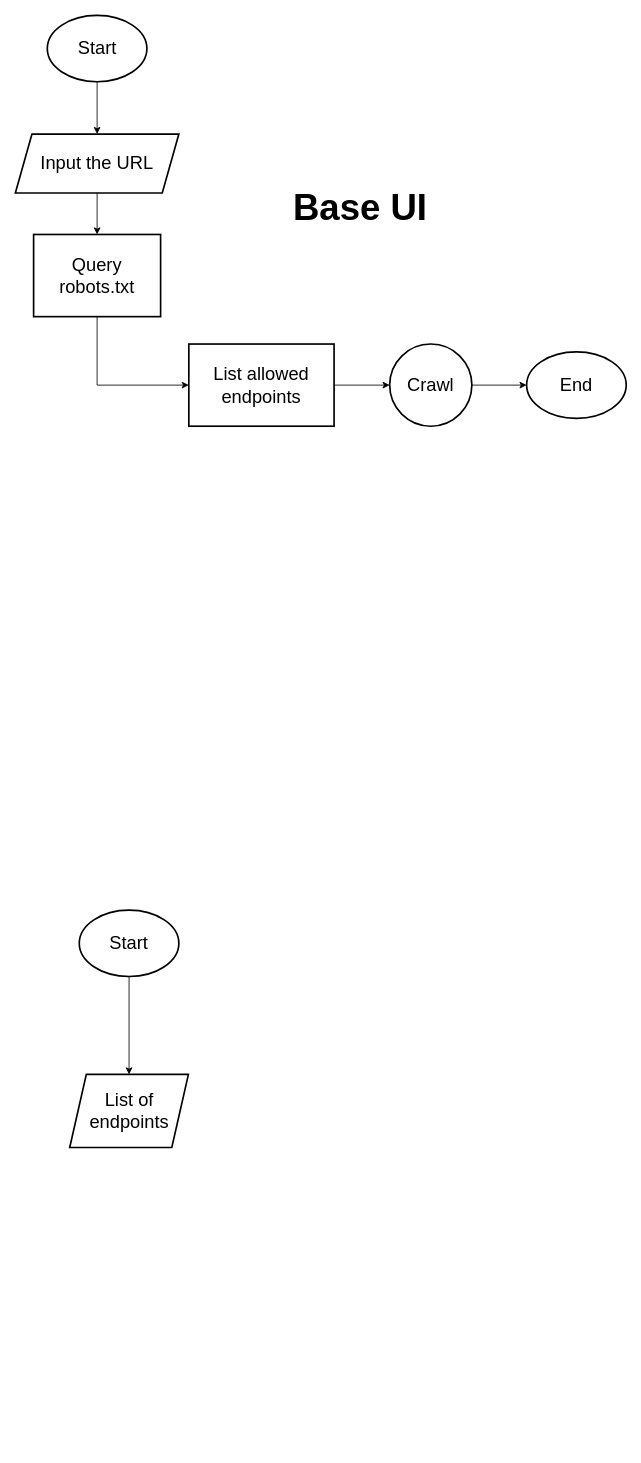
Before: sketches/base flows.drawio in Altier-Tech/creepy-crawly, a draw.io diagram. Source tidied: cells renumbered, new cells numbered last; positions are measured from the earlier drawing's top-left corner, leaving out a move shared by most shapes. Both pictures are drawn from the tidied source at 83%, with x=0, y=0 at pixel (15, 15).
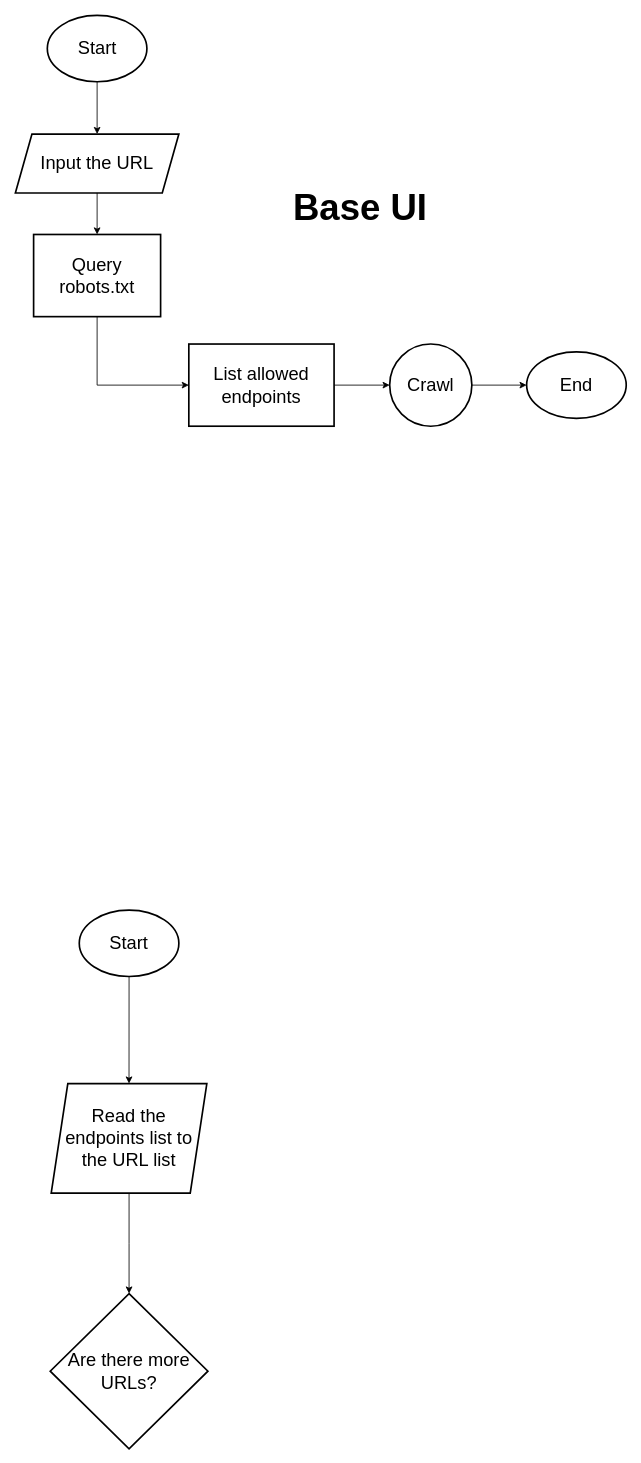
The same diagram, later.

Diff of the diagram source:
```diff
@@
 <mxGraphModel>
   <root>
     <mxCell id="0" />
     <mxCell id="1" parent="0" />
     <mxCell id="2" style="group;" parent="1" vertex="1">
       <mxGeometry width="736" height="495" as="geometry" />
     </mxCell>
     <mxCell id="3" value="Input the URL" style="shape=parallelogram;perimeter=parallelogramPerimeter;whiteSpace=wrap;html=1;fixedSize=1;strokeWidth=2;fontSize=22;" parent="2" vertex="1">
       <mxGeometry y="143" width="197" height="71" as="geometry" />
     </mxCell>
     <mxCell id="4" style="edgeStyle=orthogonalEdgeStyle;rounded=0;jettySize=auto;html=1;fontSize=22;jumpSize=6;" parent="2" edge="1" source="5" target="3">
       <mxGeometry relative="1" as="geometry" />
     </mxCell>
     <mxCell id="5" value="Start" style="ellipse;whiteSpace=wrap;html=1;strokeWidth=2;fontSize=22;" parent="2" vertex="1">
       <mxGeometry x="38.5" width="120" height="80" as="geometry" />
     </mxCell>
     <mxCell id="6" value="Query robots.txt" style="rounded=0;whiteSpace=wrap;html=1;strokeWidth=2;fontSize=22;" parent="2" vertex="1">
       <mxGeometry x="22" y="264" width="153" height="99" as="geometry" />
     </mxCell>
     <mxCell id="7" style="edgeStyle=orthogonalEdgeStyle;rounded=0;jumpSize=6;jettySize=auto;html=1;exitX=0.5;exitY=1;exitDx=0;exitDy=0;entryX=0.5;entryY=0;entryDx=0;entryDy=0;fontSize=22;" parent="2" edge="1" source="3" target="6">
       <mxGeometry relative="1" as="geometry" />
     </mxCell>
     <mxCell id="8" value="List allowed endpoints" style="rounded=0;whiteSpace=wrap;html=1;strokeWidth=2;fontSize=22;" parent="2" vertex="1">
       <mxGeometry x="209" y="396" width="175" height="99" as="geometry" />
     </mxCell>
     <mxCell id="9" style="edgeStyle=orthogonalEdgeStyle;rounded=0;jumpSize=6;jettySize=auto;html=1;exitX=0.5;exitY=1;exitDx=0;exitDy=0;entryX=0;entryY=0.5;entryDx=0;entryDy=0;fontSize=22;" parent="2" edge="1" source="6" target="8">
       <mxGeometry relative="1" as="geometry" />
     </mxCell>
     <mxCell id="10" value="Crawl" style="ellipse;whiteSpace=wrap;html=1;strokeWidth=2;fontSize=22;" parent="2" vertex="1">
       <mxGeometry x="451" y="396" width="99" height="99" as="geometry" />
     </mxCell>
     <mxCell id="11" style="edgeStyle=orthogonalEdgeStyle;rounded=0;jumpSize=6;jettySize=auto;html=1;entryX=0;entryY=0.5;entryDx=0;entryDy=0;fontSize=22;" parent="2" edge="1" source="8" target="10">
       <mxGeometry relative="1" as="geometry" />
     </mxCell>
     <mxCell id="12" value="End" style="ellipse;whiteSpace=wrap;html=1;strokeWidth=2;fontSize=22;" parent="2" vertex="1">
       <mxGeometry x="616" y="405.5" width="120" height="80" as="geometry" />
     </mxCell>
     <mxCell id="13" style="edgeStyle=orthogonalEdgeStyle;rounded=0;jumpSize=6;jettySize=auto;html=1;exitX=1;exitY=0.5;exitDx=0;exitDy=0;entryX=0;entryY=0.5;entryDx=0;entryDy=0;fontSize=22;" parent="2" edge="1" source="10" target="12">
       <mxGeometry relative="1" as="geometry" />
     </mxCell>
     <mxCell id="14" value="&lt;h1&gt;Base UI&lt;/h1&gt;" style="text;html=1;strokeColor=none;fillColor=none;spacing=5;spacingTop=-20;whiteSpace=wrap;overflow=hidden;rounded=0;strokeWidth=2;fontSize=22;" parent="2" vertex="1">
       <mxGeometry x="330" y="187" width="190" height="120" as="geometry" />
     </mxCell>
     <mxCell id="15" style="edgeStyle=orthogonalEdgeStyle;rounded=0;jumpSize=6;jettySize=auto;html=1;entryX=0.5;entryY=0;entryDx=0;entryDy=0;fontSize=22;" parent="1" edge="1" source="16" target="17">
       <mxGeometry relative="1" as="geometry" />
     </mxCell>
     <mxCell id="16" value="Start" style="ellipse;whiteSpace=wrap;html=1;strokeWidth=2;fontSize=22;" parent="1" vertex="1">
       <mxGeometry x="77" y="1078" width="120" height="80" as="geometry" />
     </mxCell>
+    <mxCell id="18" style="edgeStyle=orthogonalEdgeStyle;rounded=0;jumpSize=6;jettySize=auto;html=1;entryX=0.5;entryY=0;entryDx=0;entryDy=0;fontSize=22;" parent="1" edge="1" source="17" target="19">
+      <mxGeometry relative="1" as="geometry" />
+    </mxCell>
-    <mxCell id="17" value="List of endpoints" style="shape=parallelogram;perimeter=parallelogramPerimeter;whiteSpace=wrap;html=1;fixedSize=1;strokeWidth=2;fontSize=22;" parent="1" vertex="1">
-      <mxGeometry x="65.5" y="1276" width="143" height="88" as="geometry" />
+    <mxCell id="17" value="Read the endpoints list to the URL list" style="shape=parallelogram;perimeter=parallelogramPerimeter;whiteSpace=wrap;html=1;fixedSize=1;strokeWidth=2;fontSize=22;" parent="1" vertex="1">
+      <mxGeometry x="43.2" y="1287" width="187.5" height="132" as="geometry" />
     </mxCell>
+    <mxCell id="19" value="Are there more URLs?" style="rhombus;whiteSpace=wrap;html=1;strokeWidth=2;fontSize=22;" parent="1" vertex="1">
+      <mxGeometry x="42" y="1540" width="190" height="187" as="geometry" />
+    </mxCell>
   </root>
 </mxGraphModel>
```
